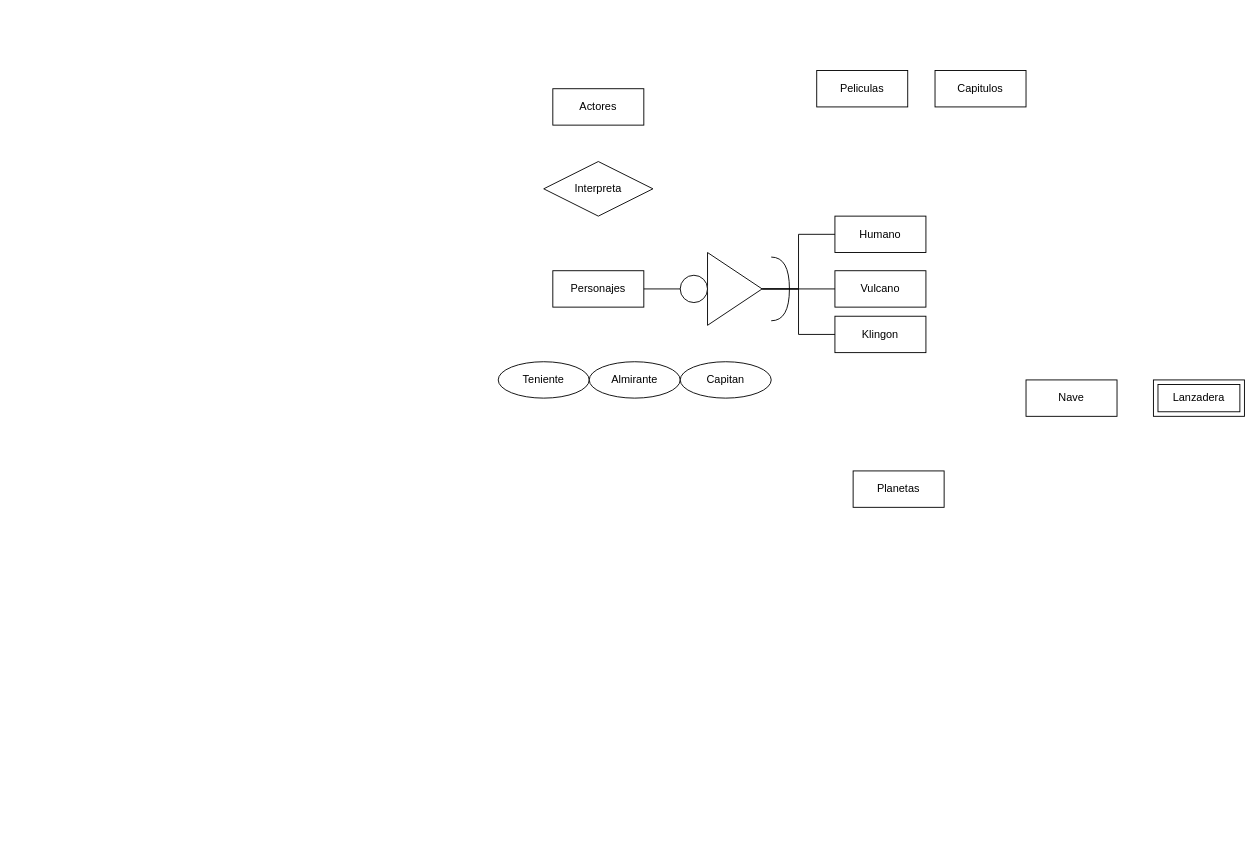
This is Unidad1/Tareas/Tarea evaluada3/Untitled Diagram.drawio from JVC0/Base-Datos, a draw.io file, before an edit. Source tidied: cells renumbered, new cells numbered last; positions are measured from the earlier drawing's top-left corner, leaving out a move shared by most shapes. Both pictures are drawn from the tidied source at 91%, with x=0, y=0 at pixel (498, 70).
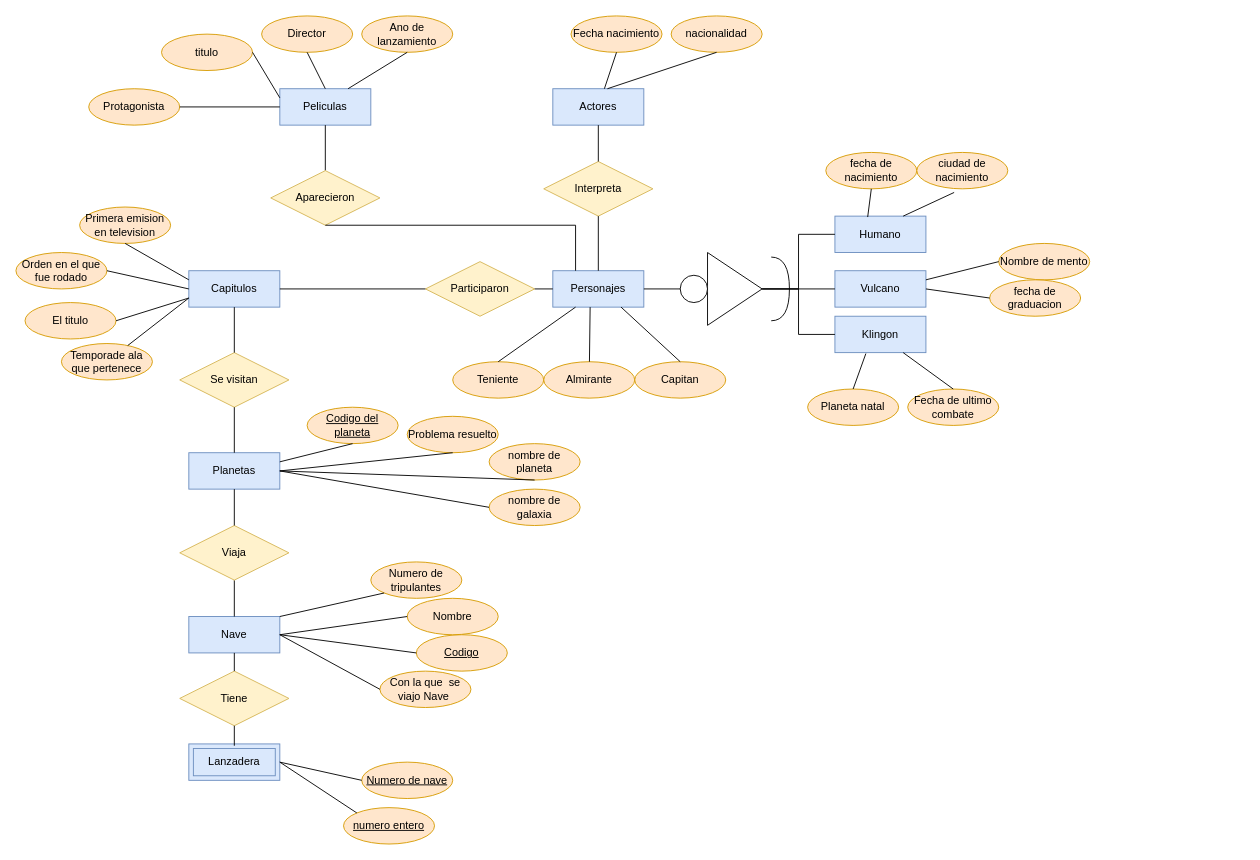
The same diagram, later.

Diff of the diagram source:
```diff
@@
-    <mxCell id="2" value="Personajes" style="whiteSpace=wrap;html=1;align=center;" parent="1" vertex="1">
+    <mxCell id="2" value="Personajes" style="whiteSpace=wrap;html=1;align=center;fillColor=#dae8fc;strokeColor=#6c8ebf;" parent="1" vertex="1">
       <mxGeometry x="60" y="220" width="100" height="40" as="geometry" />
     </mxCell>
-    <mxCell id="3" value="Actores" style="whiteSpace=wrap;html=1;align=center;" parent="1" vertex="1">
+    <mxCell id="3" value="Actores" style="whiteSpace=wrap;html=1;align=center;fillColor=#dae8fc;strokeColor=#6c8ebf;" parent="1" vertex="1">
       <mxGeometry x="60" y="20" width="100" height="40" as="geometry" />
     </mxCell>
-    <mxCell id="4" value="Capitulos" style="whiteSpace=wrap;html=1;align=center;" parent="1" vertex="1">
-      <mxGeometry x="480" width="100" height="40" as="geometry" />
+    <mxCell id="4" value="Capitulos" style="whiteSpace=wrap;html=1;align=center;fillColor=#dae8fc;strokeColor=#6c8ebf;" parent="1" vertex="1">
+      <mxGeometry x="-340" y="220" width="100" height="40" as="geometry" />
     </mxCell>
-    <mxCell id="5" value="Peliculas" style="whiteSpace=wrap;html=1;align=center;" parent="1" vertex="1">
-      <mxGeometry x="350" width="100" height="40" as="geometry" />
+    <mxCell id="5" value="Peliculas" style="whiteSpace=wrap;html=1;align=center;fillColor=#dae8fc;strokeColor=#6c8ebf;" parent="1" vertex="1">
+      <mxGeometry x="-240" y="20" width="100" height="40" as="geometry" />
     </mxCell>
@@
-    <mxCell id="7" value="Humano" style="whiteSpace=wrap;html=1;align=center;" parent="1" vertex="1">
+    <mxCell id="7" value="Humano" style="whiteSpace=wrap;html=1;align=center;fillColor=#dae8fc;strokeColor=#6c8ebf;" parent="1" vertex="1">
       <mxGeometry x="370" y="160" width="100" height="40" as="geometry" />
     </mxCell>
-    <mxCell id="8" value="Klingon" style="whiteSpace=wrap;html=1;align=center;" parent="1" vertex="1">
+    <mxCell id="8" value="Klingon" style="whiteSpace=wrap;html=1;align=center;fillColor=#dae8fc;strokeColor=#6c8ebf;" parent="1" vertex="1">
       <mxGeometry x="370" y="270" width="100" height="40" as="geometry" />
     </mxCell>
-    <mxCell id="9" value="Vulcano" style="whiteSpace=wrap;html=1;align=center;" parent="1" vertex="1">
+    <mxCell id="9" value="Vulcano" style="whiteSpace=wrap;html=1;align=center;fillColor=#dae8fc;strokeColor=#6c8ebf;" parent="1" vertex="1">
       <mxGeometry x="370" y="220" width="100" height="40" as="geometry" />
     </mxCell>
@@
-    <mxCell id="15" value="Teniente" style="ellipse;whiteSpace=wrap;html=1;align=center;" parent="1" vertex="1">
-      <mxGeometry y="320" width="100" height="40" as="geometry" />
+    <mxCell id="15" value="Teniente" style="ellipse;whiteSpace=wrap;html=1;align=center;fillColor=#ffe6cc;strokeColor=#d79b00;" parent="1" vertex="1">
+      <mxGeometry x="-50" y="320" width="100" height="40" as="geometry" />
     </mxCell>
-    <mxCell id="16" value="Almirante" style="ellipse;whiteSpace=wrap;html=1;align=center;" parent="1" vertex="1">
-      <mxGeometry x="100" y="320" width="100" height="40" as="geometry" />
+    <mxCell id="16" value="Almirante" style="ellipse;whiteSpace=wrap;html=1;align=center;fillColor=#ffe6cc;strokeColor=#d79b00;" parent="1" vertex="1">
+      <mxGeometry x="50" y="320" width="100" height="40" as="geometry" />
     </mxCell>
-    <mxCell id="17" value="Capitan" style="ellipse;whiteSpace=wrap;html=1;align=center;" parent="1" vertex="1">
-      <mxGeometry x="200" y="320" width="100" height="40" as="geometry" />
+    <mxCell id="17" value="Capitan" style="ellipse;whiteSpace=wrap;html=1;align=center;fillColor=#ffe6cc;strokeColor=#d79b00;" parent="1" vertex="1">
+      <mxGeometry x="150" y="320" width="100" height="40" as="geometry" />
     </mxCell>
-    <mxCell id="18" value="Interpreta" style="shape=rhombus;perimeter=rhombusPerimeter;whiteSpace=wrap;html=1;align=center;" parent="1" vertex="1">
+    <mxCell id="18" value="Interpreta" style="shape=rhombus;perimeter=rhombusPerimeter;whiteSpace=wrap;html=1;align=center;fillColor=#fff2cc;strokeColor=#d6b656;" parent="1" vertex="1">
       <mxGeometry x="50" y="100" width="120" height="60" as="geometry" />
     </mxCell>
@@
-    <mxCell id="20" value="Planetas" style="whiteSpace=wrap;html=1;align=center;" parent="1" vertex="1">
-      <mxGeometry x="390" y="440" width="100" height="40" as="geometry" />
+    <mxCell id="20" value="Planetas" style="whiteSpace=wrap;html=1;align=center;fillColor=#dae8fc;strokeColor=#6c8ebf;" parent="1" vertex="1">
+      <mxGeometry x="-340" y="420" width="100" height="40" as="geometry" />
     </mxCell>
-    <mxCell id="21" value="Nave" style="whiteSpace=wrap;html=1;align=center;" parent="1" vertex="1">
-      <mxGeometry x="580" y="340" width="100" height="40" as="geometry" />
+    <mxCell id="21" value="Nave" style="whiteSpace=wrap;html=1;align=center;fillColor=#dae8fc;strokeColor=#6c8ebf;" parent="1" vertex="1">
+      <mxGeometry x="-340" y="600" width="100" height="40" as="geometry" />
     </mxCell>
-    <mxCell id="22" value="Lanzadera" style="shape=ext;margin=3;double=1;whiteSpace=wrap;html=1;align=center;" parent="1" vertex="1">
-      <mxGeometry x="720" y="340" width="100" height="40" as="geometry" />
+    <mxCell id="22" value="Lanzadera" style="shape=ext;margin=3;double=1;whiteSpace=wrap;html=1;align=center;fillColor=#dae8fc;strokeColor=#6c8ebf;" parent="1" vertex="1">
+      <mxGeometry x="-340" y="740" width="100" height="40" as="geometry" />
     </mxCell>
+    <mxCell id="23" style="endArrow=none;html=1;rounded=0;entryX=0.5;entryY=1;entryDx=0;entryDy=0;" parent="1" edge="1" source="18" target="3">
+      <mxGeometry relative="1" as="geometry" />
+    </mxCell>
+    <mxCell id="24" style="endArrow=none;html=1;rounded=0;entryX=0.5;entryY=1;entryDx=0;entryDy=0;exitX=0.5;exitY=0;exitDx=0;exitDy=0;" parent="1" edge="1" source="2" target="18">
+      <mxGeometry relative="1" as="geometry" />
+    </mxCell>
+    <mxCell id="25" value="Fecha nacimiento" style="ellipse;whiteSpace=wrap;html=1;align=center;fillColor=#ffe6cc;strokeColor=#d79b00;" parent="1" vertex="1">
+      <mxGeometry x="80" y="-60" width="100" height="40" as="geometry" />
+    </mxCell>
+    <mxCell id="26" value="nacionalidad" style="ellipse;whiteSpace=wrap;html=1;align=center;fillColor=#ffe6cc;strokeColor=#d79b00;" parent="1" vertex="1">
+      <mxGeometry x="190" y="-60" width="100" height="40" as="geometry" />
+    </mxCell>
+    <mxCell id="27" style="endArrow=none;html=1;rounded=0;entryX=0.5;entryY=1;entryDx=0;entryDy=0;" parent="1" edge="1" source="3" target="25">
+      <mxGeometry relative="1" as="geometry" />
+    </mxCell>
+    <mxCell id="28" style="endArrow=none;html=1;rounded=0;entryX=0.5;entryY=1;entryDx=0;entryDy=0;" parent="1" edge="1" target="26">
+      <mxGeometry relative="1" as="geometry">
+        <mxPoint x="120" y="20" as="sourcePoint" />
+      </mxGeometry>
+    </mxCell>
+    <mxCell id="29" style="endArrow=none;html=1;rounded=0;entryX=0.5;entryY=0;entryDx=0;entryDy=0;exitX=0.25;exitY=1;exitDx=0;exitDy=0;" parent="1" edge="1" source="2" target="15">
+      <mxGeometry relative="1" as="geometry" />
+    </mxCell>
+    <mxCell id="30" style="endArrow=none;html=1;rounded=0;entryX=0.41;entryY=1;entryDx=0;entryDy=0;entryPerimeter=0;" parent="1" edge="1" source="16" target="2">
+      <mxGeometry relative="1" as="geometry" />
+    </mxCell>
+    <mxCell id="31" style="endArrow=none;html=1;rounded=0;entryX=0.75;entryY=1;entryDx=0;entryDy=0;exitX=0.5;exitY=0;exitDx=0;exitDy=0;" parent="1" edge="1" source="17" target="2">
+      <mxGeometry relative="1" as="geometry" />
+    </mxCell>
+    <mxCell id="32" value="fecha de nacimiento" style="ellipse;whiteSpace=wrap;html=1;align=center;fillColor=#ffe6cc;strokeColor=#d79b00;" parent="1" vertex="1">
+      <mxGeometry x="360" y="90" width="100" height="40" as="geometry" />
+    </mxCell>
+    <mxCell id="33" value="ciudad de nacimiento" style="ellipse;whiteSpace=wrap;html=1;align=center;fillColor=#ffe6cc;strokeColor=#d79b00;" parent="1" vertex="1">
+      <mxGeometry x="460" y="90" width="100" height="40" as="geometry" />
+    </mxCell>
+    <mxCell id="34" value="Nombre de mento" style="ellipse;whiteSpace=wrap;html=1;align=center;fillColor=#ffe6cc;strokeColor=#d79b00;" parent="1" vertex="1">
+      <mxGeometry x="550" y="190" width="100" height="40" as="geometry" />
+    </mxCell>
+    <mxCell id="35" value="fecha de graduacion" style="ellipse;whiteSpace=wrap;html=1;align=center;fillColor=#ffe6cc;strokeColor=#d79b00;" parent="1" vertex="1">
+      <mxGeometry x="540" y="230" width="100" height="40" as="geometry" />
+    </mxCell>
+    <mxCell id="36" value="Fecha de ultimo combate" style="ellipse;whiteSpace=wrap;html=1;align=center;fillColor=#ffe6cc;strokeColor=#d79b00;" parent="1" vertex="1">
+      <mxGeometry x="450" y="350" width="100" height="40" as="geometry" />
+    </mxCell>
+    <mxCell id="37" value="Planeta natal" style="ellipse;whiteSpace=wrap;html=1;align=center;fillColor=#ffe6cc;strokeColor=#d79b00;" parent="1" vertex="1">
+      <mxGeometry x="340" y="350" width="100" height="40" as="geometry" />
+    </mxCell>
+    <mxCell id="38" style="endArrow=none;html=1;rounded=0;entryX=0.5;entryY=1;entryDx=0;entryDy=0;exitX=0.36;exitY=0.025;exitDx=0;exitDy=0;exitPerimeter=0;" parent="1" edge="1" source="7" target="32">
+      <mxGeometry relative="1" as="geometry" />
+    </mxCell>
+    <mxCell id="39" style="endArrow=none;html=1;rounded=0;entryX=0.41;entryY=1.1;entryDx=0;entryDy=0;entryPerimeter=0;exitX=0.75;exitY=0;exitDx=0;exitDy=0;" parent="1" edge="1" source="7" target="33">
+      <mxGeometry relative="1" as="geometry" />
+    </mxCell>
+    <mxCell id="40" style="endArrow=none;html=1;rounded=0;entryX=0;entryY=0.5;entryDx=0;entryDy=0;" parent="1" edge="1" target="34">
+      <mxGeometry relative="1" as="geometry">
+        <mxPoint x="470" y="230" as="sourcePoint" />
+      </mxGeometry>
+    </mxCell>
+    <mxCell id="41" style="endArrow=none;html=1;rounded=0;entryX=0;entryY=0.5;entryDx=0;entryDy=0;exitX=1;exitY=0.5;exitDx=0;exitDy=0;" parent="1" edge="1" source="9" target="35">
+      <mxGeometry relative="1" as="geometry" />
+    </mxCell>
+    <mxCell id="42" style="endArrow=none;html=1;rounded=0;entryX=0.5;entryY=0;entryDx=0;entryDy=0;exitX=0.34;exitY=1.025;exitDx=0;exitDy=0;exitPerimeter=0;" parent="1" edge="1" source="8" target="37">
+      <mxGeometry relative="1" as="geometry" />
+    </mxCell>
+    <mxCell id="43" style="endArrow=none;html=1;rounded=0;entryX=0.5;entryY=0;entryDx=0;entryDy=0;exitX=0.75;exitY=1;exitDx=0;exitDy=0;" parent="1" edge="1" source="8" target="36">
+      <mxGeometry relative="1" as="geometry" />
+    </mxCell>
+    <mxCell id="44" value="Orden en el que fue rodado" style="ellipse;whiteSpace=wrap;html=1;align=center;fillColor=#ffe6cc;strokeColor=#d79b00;" parent="1" vertex="1">
+      <mxGeometry x="-530" y="200" width="100" height="40" as="geometry" />
+    </mxCell>
+    <mxCell id="45" value="El titulo" style="ellipse;whiteSpace=wrap;html=1;align=center;fillColor=#ffe6cc;strokeColor=#d79b00;" parent="1" vertex="1">
+      <mxGeometry x="-520" y="255" width="100" height="40" as="geometry" />
+    </mxCell>
+    <mxCell id="46" value="Primera emision en television" style="ellipse;whiteSpace=wrap;html=1;align=center;fillColor=#ffe6cc;strokeColor=#d79b00;" parent="1" vertex="1">
+      <mxGeometry x="-460" y="150" width="100" height="40" as="geometry" />
+    </mxCell>
+    <mxCell id="47" value="Temporade ala que pertenece" style="ellipse;whiteSpace=wrap;html=1;align=center;fillColor=#ffe6cc;strokeColor=#d79b00;" parent="1" vertex="1">
+      <mxGeometry x="-480" y="300" width="100" height="40" as="geometry" />
+    </mxCell>
+    <mxCell id="48" value="Participaron" style="shape=rhombus;perimeter=rhombusPerimeter;whiteSpace=wrap;html=1;align=center;fillColor=#fff2cc;strokeColor=#d6b656;" parent="1" vertex="1">
+      <mxGeometry x="-80" y="210" width="120" height="60" as="geometry" />
+    </mxCell>
+    <mxCell id="49" style="endArrow=none;html=1;rounded=0;entryX=1;entryY=0.5;entryDx=0;entryDy=0;exitX=0;exitY=0.5;exitDx=0;exitDy=0;" parent="1" edge="1" source="48" target="4">
+      <mxGeometry relative="1" as="geometry" />
+    </mxCell>
+    <mxCell id="50" style="endArrow=none;html=1;rounded=0;entryX=1;entryY=0.5;entryDx=0;entryDy=0;exitX=0;exitY=0.5;exitDx=0;exitDy=0;" parent="1" edge="1" source="2" target="48">
+      <mxGeometry relative="1" as="geometry" />
+    </mxCell>
+    <mxCell id="51" style="endArrow=none;html=1;rounded=0;entryX=0.5;entryY=1;entryDx=0;entryDy=0;exitX=0;exitY=0.25;exitDx=0;exitDy=0;" parent="1" edge="1" source="4" target="46">
+      <mxGeometry relative="1" as="geometry" />
+    </mxCell>
+    <mxCell id="52" style="endArrow=none;html=1;rounded=0;entryX=1;entryY=0.5;entryDx=0;entryDy=0;exitX=0;exitY=0.5;exitDx=0;exitDy=0;" parent="1" edge="1" source="4" target="44">
+      <mxGeometry relative="1" as="geometry" />
+    </mxCell>
+    <mxCell id="53" style="endArrow=none;html=1;rounded=0;entryX=1;entryY=0.5;entryDx=0;entryDy=0;exitX=0;exitY=0.75;exitDx=0;exitDy=0;" parent="1" edge="1" source="4" target="45">
+      <mxGeometry relative="1" as="geometry" />
+    </mxCell>
+    <mxCell id="54" style="endArrow=none;html=1;rounded=0;exitX=0;exitY=0.75;exitDx=0;exitDy=0;" parent="1" edge="1" source="4" target="47">
+      <mxGeometry relative="1" as="geometry" />
+    </mxCell>
+    <mxCell id="55" style="endArrow=none;html=1;rounded=0;entryX=0.5;entryY=1;entryDx=0;entryDy=0;exitX=0.5;exitY=0;exitDx=0;exitDy=0;" parent="1" edge="1" source="56" target="5">
+      <mxGeometry relative="1" as="geometry" />
+    </mxCell>
+    <mxCell id="56" value="Aparecieron" style="shape=rhombus;perimeter=rhombusPerimeter;whiteSpace=wrap;html=1;align=center;fillColor=#fff2cc;strokeColor=#d6b656;" parent="1" vertex="1">
+      <mxGeometry x="-250" y="110" width="120" height="60" as="geometry" />
+    </mxCell>
+    <mxCell id="57" style="endArrow=none;html=1;rounded=0;entryX=0.5;entryY=1;entryDx=0;entryDy=0;exitX=0.25;exitY=0;exitDx=0;exitDy=0;" parent="1" edge="1" source="2" target="56">
+      <mxGeometry relative="1" as="geometry">
+        <Array as="points">
+          <mxPoint x="85" y="170" />
+        </Array>
+      </mxGeometry>
+    </mxCell>
+    <mxCell id="58" value="Director" style="ellipse;whiteSpace=wrap;html=1;align=center;fillColor=#ffe6cc;strokeColor=#d79b00;" parent="1" vertex="1">
+      <mxGeometry x="-260" y="-60" width="100" height="40" as="geometry" />
+    </mxCell>
+    <mxCell id="59" value="titulo" style="ellipse;whiteSpace=wrap;html=1;align=center;fillColor=#ffe6cc;strokeColor=#d79b00;" parent="1" vertex="1">
+      <mxGeometry x="-370" y="-40" width="100" height="40" as="geometry" />
+    </mxCell>
+    <mxCell id="60" style="endArrow=none;html=1;rounded=0;entryX=0.5;entryY=1;entryDx=0;entryDy=0;exitX=0.5;exitY=0;exitDx=0;exitDy=0;" parent="1" edge="1" source="5" target="58">
+      <mxGeometry relative="1" as="geometry" />
+    </mxCell>
+    <mxCell id="61" style="endArrow=none;html=1;rounded=0;entryX=1;entryY=0.5;entryDx=0;entryDy=0;exitX=0;exitY=0.25;exitDx=0;exitDy=0;" parent="1" edge="1" source="5" target="59">
+      <mxGeometry relative="1" as="geometry" />
+    </mxCell>
+    <mxCell id="62" value="Ano de lanzamiento" style="ellipse;whiteSpace=wrap;html=1;align=center;fillColor=#ffe6cc;strokeColor=#d79b00;" parent="1" vertex="1">
+      <mxGeometry x="-150" y="-60" width="100" height="40" as="geometry" />
+    </mxCell>
+    <mxCell id="63" style="endArrow=none;html=1;rounded=0;entryX=0.5;entryY=1;entryDx=0;entryDy=0;exitX=0.75;exitY=0;exitDx=0;exitDy=0;" parent="1" edge="1" source="5" target="62">
+      <mxGeometry relative="1" as="geometry" />
+    </mxCell>
+    <mxCell id="64" value="Protagonista" style="ellipse;whiteSpace=wrap;html=1;align=center;fillColor=#ffe6cc;strokeColor=#d79b00;" parent="1" vertex="1">
+      <mxGeometry x="-450" y="20" width="100" height="40" as="geometry" />
+    </mxCell>
+    <mxCell id="65" style="endArrow=none;html=1;rounded=0;entryX=1;entryY=0.5;entryDx=0;entryDy=0;exitX=0;exitY=0.5;exitDx=0;exitDy=0;" parent="1" edge="1" source="5" target="64">
+      <mxGeometry relative="1" as="geometry" />
+    </mxCell>
+    <mxCell id="66" value="Se visitan" style="shape=rhombus;perimeter=rhombusPerimeter;whiteSpace=wrap;html=1;align=center;fillColor=#fff2cc;strokeColor=#d6b656;" parent="1" vertex="1">
+      <mxGeometry x="-350" y="310" width="120" height="60" as="geometry" />
+    </mxCell>
+    <mxCell id="67" style="endArrow=none;html=1;rounded=0;entryX=0.5;entryY=1;entryDx=0;entryDy=0;exitX=0.5;exitY=0;exitDx=0;exitDy=0;" parent="1" edge="1" source="66" target="4">
+      <mxGeometry relative="1" as="geometry" />
+    </mxCell>
+    <mxCell id="68" style="endArrow=none;html=1;rounded=0;entryX=0.5;entryY=1;entryDx=0;entryDy=0;exitX=0.5;exitY=0;exitDx=0;exitDy=0;" parent="1" edge="1" source="20" target="66">
+      <mxGeometry relative="1" as="geometry" />
+    </mxCell>
+    <mxCell id="69" value="Codigo del planeta" style="ellipse;whiteSpace=wrap;html=1;align=center;fontStyle=4;fillColor=#ffe6cc;strokeColor=#d79b00;" parent="1" vertex="1">
+      <mxGeometry x="-210" y="370" width="100" height="40" as="geometry" />
+    </mxCell>
+    <mxCell id="70" value="Problema resuelto" style="ellipse;whiteSpace=wrap;html=1;align=center;fillColor=#ffe6cc;strokeColor=#d79b00;" parent="1" vertex="1">
+      <mxGeometry x="-100" y="380" width="100" height="40" as="geometry" />
+    </mxCell>
+    <mxCell id="71" value="Con la que&amp;nbsp; se viajo Nave&amp;nbsp;" style="ellipse;whiteSpace=wrap;html=1;align=center;fillColor=#ffe6cc;strokeColor=#d79b00;" parent="1" vertex="1">
+      <mxGeometry x="-130" y="660" width="100" height="40" as="geometry" />
+    </mxCell>
+    <mxCell id="72" value="nombre de planeta" style="ellipse;whiteSpace=wrap;html=1;align=center;fillColor=#ffe6cc;strokeColor=#d79b00;" parent="1" vertex="1">
+      <mxGeometry x="-10" y="410" width="100" height="40" as="geometry" />
+    </mxCell>
+    <mxCell id="73" value="nombre de galaxia" style="ellipse;whiteSpace=wrap;html=1;align=center;fillColor=#ffe6cc;strokeColor=#d79b00;" parent="1" vertex="1">
+      <mxGeometry x="-10" y="460" width="100" height="40" as="geometry" />
+    </mxCell>
+    <mxCell id="74" style="endArrow=none;html=1;rounded=0;entryX=0.5;entryY=1;entryDx=0;entryDy=0;exitX=1;exitY=0.25;exitDx=0;exitDy=0;" parent="1" edge="1" source="20" target="69">
+      <mxGeometry relative="1" as="geometry" />
+    </mxCell>
+    <mxCell id="75" style="endArrow=none;html=1;rounded=0;entryX=0.5;entryY=1;entryDx=0;entryDy=0;exitX=1;exitY=0.5;exitDx=0;exitDy=0;" parent="1" edge="1" source="20" target="70">
+      <mxGeometry relative="1" as="geometry" />
+    </mxCell>
+    <mxCell id="76" style="endArrow=none;html=1;rounded=0;entryX=0.5;entryY=1;entryDx=0;entryDy=0;exitX=1;exitY=0.5;exitDx=0;exitDy=0;" parent="1" edge="1" source="20" target="72">
+      <mxGeometry relative="1" as="geometry" />
+    </mxCell>
+    <mxCell id="77" style="endArrow=none;html=1;rounded=0;entryX=1;entryY=0.5;entryDx=0;entryDy=0;exitX=0;exitY=0.5;exitDx=0;exitDy=0;" parent="1" edge="1" source="73" target="20">
+      <mxGeometry relative="1" as="geometry" />
+    </mxCell>
+    <mxCell id="78" value="Numero de tripulantes" style="ellipse;whiteSpace=wrap;html=1;align=center;fillColor=#ffe6cc;strokeColor=#d79b00;" parent="1" vertex="1">
+      <mxGeometry x="-140" y="540" width="100" height="40" as="geometry" />
+    </mxCell>
+    <mxCell id="79" value="Codigo" style="ellipse;whiteSpace=wrap;html=1;align=center;fontStyle=4;fillColor=#ffe6cc;strokeColor=#d79b00;" parent="1" vertex="1">
+      <mxGeometry x="-90" y="620" width="100" height="40" as="geometry" />
+    </mxCell>
+    <mxCell id="80" value="Nombre" style="ellipse;whiteSpace=wrap;html=1;align=center;fillColor=#ffe6cc;strokeColor=#d79b00;" parent="1" vertex="1">
+      <mxGeometry x="-100" y="580" width="100" height="40" as="geometry" />
+    </mxCell>
+    <mxCell id="81" style="endArrow=none;html=1;rounded=0;entryX=0.5;entryY=0;entryDx=0;entryDy=0;exitX=0.5;exitY=1;exitDx=0;exitDy=0;" parent="1" edge="1" source="82" target="21">
+      <mxGeometry relative="1" as="geometry" />
+    </mxCell>
+    <mxCell id="82" value="Viaja" style="shape=rhombus;perimeter=rhombusPerimeter;whiteSpace=wrap;html=1;align=center;fillColor=#fff2cc;strokeColor=#d6b656;" parent="1" vertex="1">
+      <mxGeometry x="-350" y="500" width="120" height="60" as="geometry" />
+    </mxCell>
+    <mxCell id="83" style="endArrow=none;html=1;rounded=0;entryX=0.5;entryY=0;entryDx=0;entryDy=0;exitX=0.5;exitY=1;exitDx=0;exitDy=0;" parent="1" edge="1" source="20" target="82">
+      <mxGeometry relative="1" as="geometry" />
+    </mxCell>
+    <mxCell id="84" value="Tiene" style="shape=rhombus;perimeter=rhombusPerimeter;whiteSpace=wrap;html=1;align=center;fillColor=#fff2cc;strokeColor=#d6b656;" parent="1" vertex="1">
+      <mxGeometry x="-350" y="660" width="120" height="60" as="geometry" />
+    </mxCell>
+    <mxCell id="85" style="endArrow=none;html=1;rounded=0;entryX=0.5;entryY=0;entryDx=0;entryDy=0;exitX=0.5;exitY=1;exitDx=0;exitDy=0;" parent="1" edge="1" source="21" target="84">
+      <mxGeometry relative="1" as="geometry" />
+    </mxCell>
+    <mxCell id="86" style="endArrow=none;html=1;rounded=0;entryX=0.5;entryY=0.05;entryDx=0;entryDy=0;entryPerimeter=0;" parent="1" edge="1" source="84" target="22">
+      <mxGeometry relative="1" as="geometry" />
+    </mxCell>
+    <mxCell id="87" style="endArrow=none;html=1;rounded=0;exitX=1;exitY=0;exitDx=0;exitDy=0;entryX=0;entryY=1;entryDx=0;entryDy=0;" parent="1" edge="1" source="21" target="78">
+      <mxGeometry relative="1" as="geometry" />
+    </mxCell>
+    <mxCell id="88" style="endArrow=none;html=1;rounded=0;entryX=1;entryY=0.5;entryDx=0;entryDy=0;exitX=0;exitY=0.5;exitDx=0;exitDy=0;" parent="1" edge="1" source="80" target="21">
+      <mxGeometry relative="1" as="geometry" />
+    </mxCell>
+    <mxCell id="89" style="endArrow=none;html=1;rounded=0;exitX=1;exitY=0.5;exitDx=0;exitDy=0;entryX=0;entryY=0.5;entryDx=0;entryDy=0;" parent="1" edge="1" source="21" target="79">
+      <mxGeometry relative="1" as="geometry" />
+    </mxCell>
+    <mxCell id="90" style="endArrow=none;html=1;rounded=0;exitX=1;exitY=0.5;exitDx=0;exitDy=0;entryX=0;entryY=0.5;entryDx=0;entryDy=0;" parent="1" edge="1" source="21" target="71">
+      <mxGeometry relative="1" as="geometry" />
+    </mxCell>
+    <mxCell id="91" value="Numero de nave" style="ellipse;whiteSpace=wrap;html=1;align=center;fontStyle=4;fillColor=#ffe6cc;strokeColor=#d79b00;" parent="1" vertex="1">
+      <mxGeometry x="-150" y="760" width="100" height="40" as="geometry" />
+    </mxCell>
+    <mxCell id="92" value="numero entero" style="ellipse;whiteSpace=wrap;html=1;align=center;fontStyle=4;fillColor=#ffe6cc;strokeColor=#d79b00;" parent="1" vertex="1">
+      <mxGeometry x="-170" y="810" width="100" height="40" as="geometry" />
+    </mxCell>
+    <mxCell id="93" style="endArrow=none;html=1;rounded=0;entryX=1;entryY=0.5;entryDx=0;entryDy=0;" parent="1" edge="1" target="22">
+      <mxGeometry relative="1" as="geometry">
+        <mxPoint x="-150" y="780" as="sourcePoint" />
+      </mxGeometry>
+    </mxCell>
+    <mxCell id="94" style="endArrow=none;html=1;rounded=0;entryX=1;entryY=0.5;entryDx=0;entryDy=0;exitX=0;exitY=0;exitDx=0;exitDy=0;" parent="1" edge="1" source="92" target="22">
+      <mxGeometry relative="1" as="geometry" />
+    </mxCell>
```
